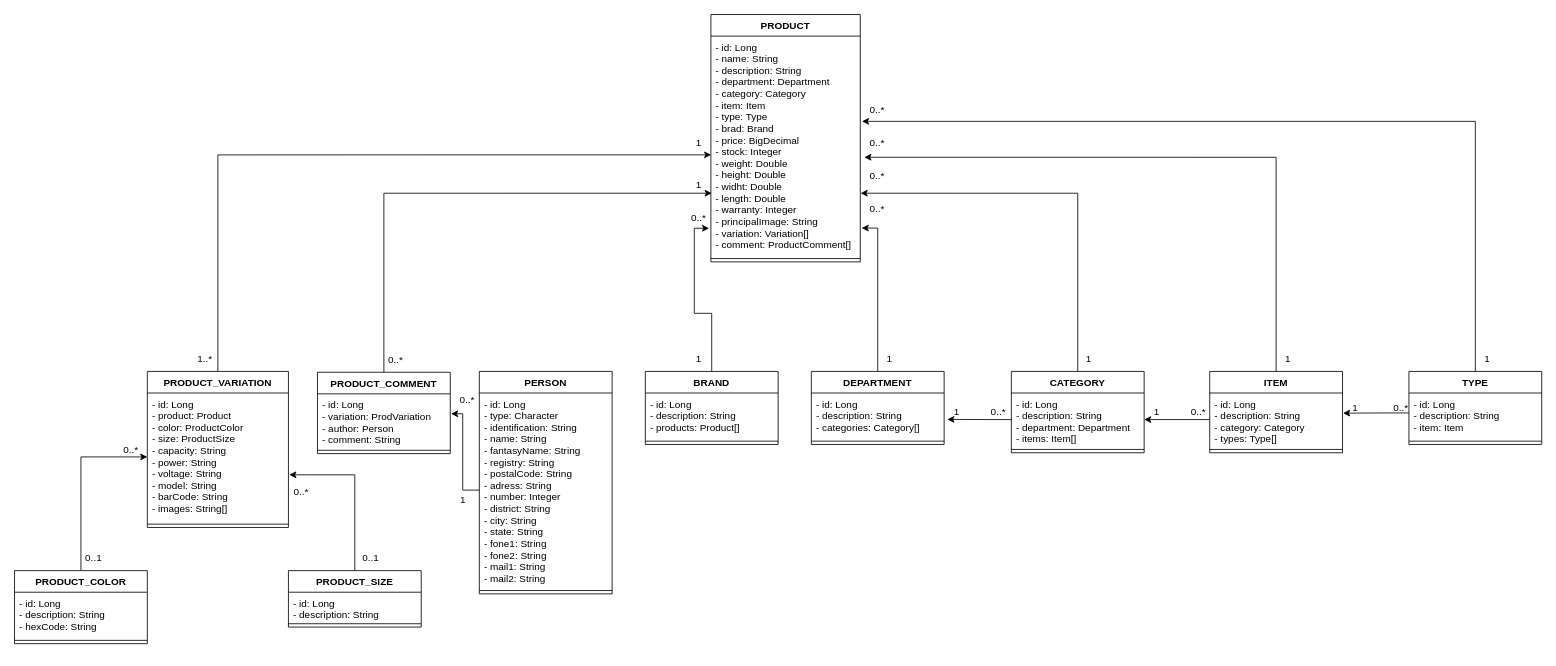
Above: ecommerce/backend/product.drawio in augustocesarsousa/draw-io (draw.io), before the change. Source tidied: cells renumbered, new cells numbered last; positions are measured from the earlier drawing's top-left corner, leaving out a move shared by most shapes. Both pictures are drawn from the tidied source at 83%, with x=0, y=0 at pixel (14, 14).
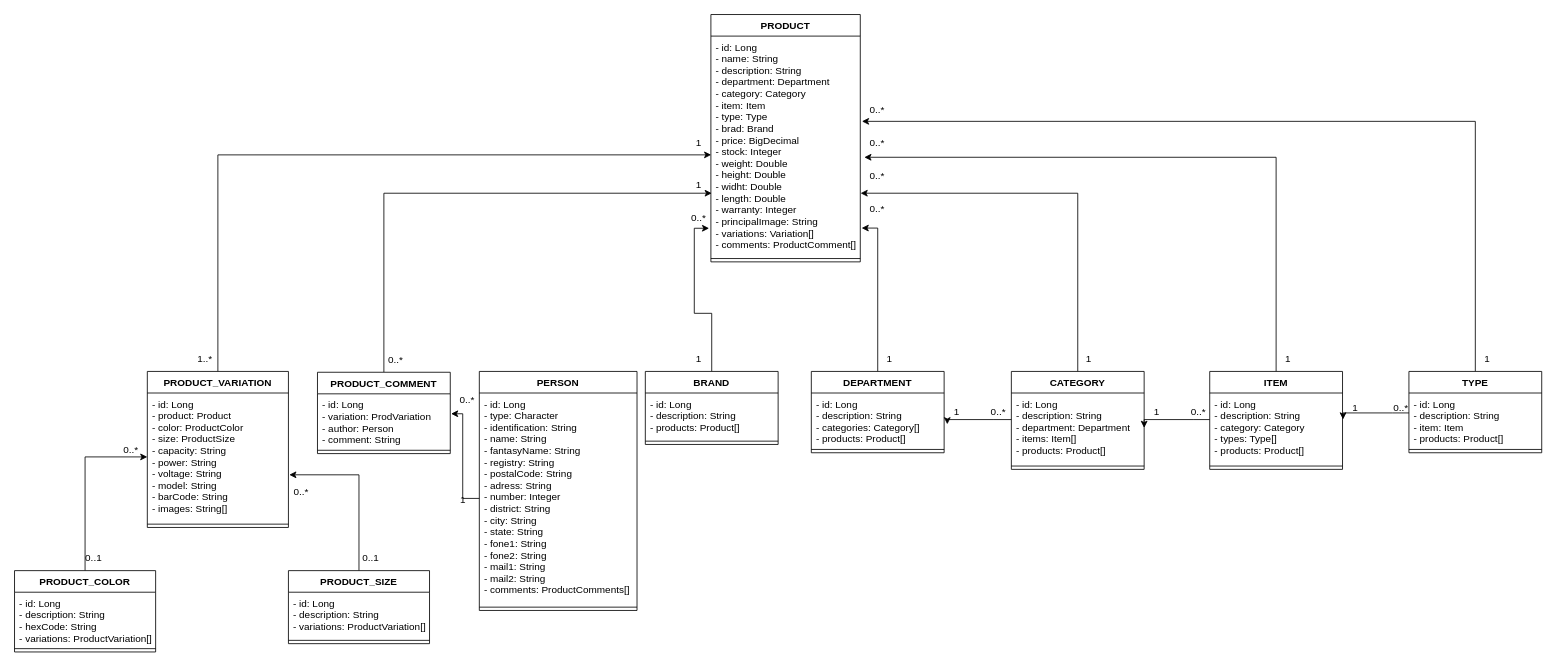
The same page after the edit.

Commit message:
Adicionado multiplicidades

Unchanged cells that the change refers to:
```xml
<mxCell id="58" value="PRODUCT" style="swimlane;fontStyle=1;align=center;verticalAlign=top;horizontal=1;startSize=26;" parent="1" vertex="1">
  <mxGeometry x="839" width="180" height="298" as="geometry" />
</mxCell>
```

Diff of the diagram source:
```diff
@@
     <mxCell id="7" value="PRODUCT_SIZE" style="swimlane;fontStyle=1;align=center;verticalAlign=top;horizontal=1;startSize=26;" parent="1" vertex="1">
-      <mxGeometry x="330" y="670" width="160" height="68" as="geometry" />
+      <mxGeometry x="330" y="670" width="170" height="88" as="geometry" />
     </mxCell>
-    <mxCell id="8" value="- id: Long&#10;- description: String" style="text;strokeColor=none;fillColor=none;align=left;verticalAlign=top;spacingLeft=4;spacingRight=4;overflow=hidden;" parent="7" vertex="1">
-      <mxGeometry y="26" width="160" height="34" as="geometry" />
+    <mxCell id="8" value="- id: Long&#10;- description: String&#10;- variations: ProductVariation[]" style="text;strokeColor=none;fillColor=none;align=left;verticalAlign=top;spacingLeft=4;spacingRight=4;overflow=hidden;" parent="7" vertex="1">
+      <mxGeometry y="26" width="170" height="54" as="geometry" />
     </mxCell>
     <mxCell id="9" style="line;strokeWidth=1;fillColor=none;align=left;verticalAlign=middle;spacingTop=-1;spacingLeft=3;spacingRight=3;labelPosition=right;strokeColor=inherit;" parent="7" vertex="1">
-      <mxGeometry y="60" width="160" height="8" as="geometry" />
+      <mxGeometry y="80" width="170" height="8" as="geometry" />
     </mxCell>
@@
     <mxCell id="11" value="PRODUCT_COLOR" style="swimlane;fontStyle=1;align=center;verticalAlign=top;horizontal=1;startSize=26;" parent="1" vertex="1">
-      <mxGeometry y="670" width="160" height="88" as="geometry" />
+      <mxGeometry y="670" width="170" height="98" as="geometry" />
     </mxCell>
-    <mxCell id="12" value="- id: Long&#10;- description: String&#10;- hexCode: String" style="text;strokeColor=none;fillColor=none;align=left;verticalAlign=top;spacingLeft=4;spacingRight=4;overflow=hidden;" parent="11" vertex="1">
-      <mxGeometry y="26" width="160" height="54" as="geometry" />
+    <mxCell id="12" value="- id: Long&#10;- description: String&#10;- hexCode: String&#10;- variations: ProductVariation[]" style="text;strokeColor=none;fillColor=none;align=left;verticalAlign=top;spacingLeft=4;spacingRight=4;overflow=hidden;" parent="11" vertex="1">
+      <mxGeometry y="26" width="170" height="64" as="geometry" />
     </mxCell>
     <mxCell id="13" style="line;strokeWidth=1;fillColor=none;align=left;verticalAlign=middle;spacingTop=-1;spacingLeft=3;spacingRight=3;labelPosition=right;strokeColor=inherit;" parent="11" vertex="1">
-      <mxGeometry y="80" width="160" height="8" as="geometry" />
+      <mxGeometry y="90" width="170" height="8" as="geometry" />
     </mxCell>
@@
     <mxCell id="23" value="PERSON" style="swimlane;fontStyle=1;align=center;verticalAlign=top;horizontal=1;startSize=26;" parent="1" vertex="1">
-      <mxGeometry x="560" y="430" width="160" height="268" as="geometry" />
+      <mxGeometry x="560" y="430" width="190" height="288" as="geometry" />
     </mxCell>
-    <mxCell id="24" value="- id: Long&#10;- type: Character&#10;- identification: String&#10;- name: String&#10;- fantasyName: String&#10;- registry: String&#10;- postalCode: String&#10;- adress: String&#10;- number: Integer&#10;- district: String&#10;- city: String&#10;- state: String&#10;- fone1: String&#10;- fone2: String&#10;- mail1: String&#10;- mail2: String" style="text;strokeColor=none;fillColor=none;align=left;verticalAlign=top;spacingLeft=4;spacingRight=4;overflow=hidden;points=[[0,0.5],[1,0.5]];portConstraint=eastwest;" parent="23" vertex="1">
-      <mxGeometry y="26" width="160" height="234" as="geometry" />
+    <mxCell id="24" value="- id: Long&#10;- type: Character&#10;- identification: String&#10;- name: String&#10;- fantasyName: String&#10;- registry: String&#10;- postalCode: String&#10;- adress: String&#10;- number: Integer&#10;- district: String&#10;- city: String&#10;- state: String&#10;- fone1: String&#10;- fone2: String&#10;- mail1: String&#10;- mail2: String&#10;- comments: ProductComments[]" style="text;strokeColor=none;fillColor=none;align=left;verticalAlign=top;spacingLeft=4;spacingRight=4;overflow=hidden;points=[[0,0.5],[1,0.5]];portConstraint=eastwest;" parent="23" vertex="1">
+      <mxGeometry y="26" width="190" height="254" as="geometry" />
     </mxCell>
     <mxCell id="25" style="line;strokeWidth=1;fillColor=none;align=left;verticalAlign=middle;spacingTop=-1;spacingLeft=3;spacingRight=3;labelPosition=right;strokeColor=inherit;" parent="23" vertex="1">
-      <mxGeometry y="260" width="160" height="8" as="geometry" />
+      <mxGeometry y="280" width="190" height="8" as="geometry" />
     </mxCell>
@@
     <mxCell id="34" value="DEPARTMENT" style="swimlane;fontStyle=1;align=center;verticalAlign=top;horizontal=1;startSize=26;" parent="1" vertex="1">
-      <mxGeometry x="960" y="430" width="160" height="88" as="geometry" />
+      <mxGeometry x="960" y="430" width="160" height="98" as="geometry" />
     </mxCell>
-    <mxCell id="35" value="- id: Long&#10;- description: String&#10;- categories: Category[]" style="text;strokeColor=none;fillColor=none;align=left;verticalAlign=top;spacingLeft=4;spacingRight=4;overflow=hidden;points=[[0,0.5],[1,0.5]];portConstraint=eastwest;" parent="34" vertex="1">
-      <mxGeometry y="26" width="160" height="54" as="geometry" />
+    <mxCell id="35" value="- id: Long&#10;- description: String&#10;- categories: Category[]&#10;- products: Product[]" style="text;strokeColor=none;fillColor=none;align=left;verticalAlign=top;spacingLeft=4;spacingRight=4;overflow=hidden;points=[[0,0.5],[1,0.5]];portConstraint=eastwest;" parent="34" vertex="1">
+      <mxGeometry y="26" width="160" height="64" as="geometry" />
     </mxCell>
     <mxCell id="36" style="line;strokeWidth=1;fillColor=none;align=left;verticalAlign=middle;spacingTop=-1;spacingLeft=3;spacingRight=3;labelPosition=right;strokeColor=inherit;" parent="34" vertex="1">
-      <mxGeometry y="80" width="160" height="8" as="geometry" />
+      <mxGeometry y="90" width="160" height="8" as="geometry" />
     </mxCell>
@@
     <mxCell id="38" value="CATEGORY" style="swimlane;fontStyle=1;align=center;verticalAlign=top;horizontal=1;startSize=26;" parent="1" vertex="1">
-      <mxGeometry x="1201" y="430" width="160" height="98" as="geometry" />
+      <mxGeometry x="1201" y="430" width="160" height="118" as="geometry" />
     </mxCell>
-    <mxCell id="39" value="- id: Long&#10;- description: String&#10;- department: Department&#10;- items: Item[]" style="text;strokeColor=none;fillColor=none;align=left;verticalAlign=top;spacingLeft=4;spacingRight=4;overflow=hidden;points=[[0,0.5],[1,0.5]];portConstraint=eastwest;" parent="38" vertex="1">
-      <mxGeometry y="26" width="160" height="64" as="geometry" />
+    <mxCell id="39" value="- id: Long&#10;- description: String&#10;- department: Department&#10;- items: Item[]&#10;- products: Product[]" style="text;strokeColor=none;fillColor=none;align=left;verticalAlign=top;spacingLeft=4;spacingRight=4;overflow=hidden;points=[[0,0.5],[1,0.5]];portConstraint=eastwest;" parent="38" vertex="1">
+      <mxGeometry y="26" width="160" height="84" as="geometry" />
     </mxCell>
     <mxCell id="40" style="line;strokeWidth=1;fillColor=none;align=left;verticalAlign=middle;spacingTop=-1;spacingLeft=3;spacingRight=3;labelPosition=right;strokeColor=inherit;" parent="38" vertex="1">
-      <mxGeometry y="90" width="160" height="8" as="geometry" />
+      <mxGeometry y="110" width="160" height="8" as="geometry" />
     </mxCell>
@@
     <mxCell id="42" value="ITEM" style="swimlane;fontStyle=1;align=center;verticalAlign=top;horizontal=1;startSize=26;" parent="1" vertex="1">
-      <mxGeometry x="1440" y="430" width="160" height="98" as="geometry" />
+      <mxGeometry x="1440" y="430" width="160" height="118" as="geometry" />
     </mxCell>
-    <mxCell id="43" value="- id: Long&#10;- description: String&#10;- category: Category&#10;- types: Type[]" style="text;strokeColor=none;fillColor=none;align=left;verticalAlign=top;spacingLeft=4;spacingRight=4;overflow=hidden;points=[[0,0.5],[1,0.5]];portConstraint=eastwest;" parent="42" vertex="1">
-      <mxGeometry y="26" width="160" height="64" as="geometry" />
+    <mxCell id="43" value="- id: Long&#10;- description: String&#10;- category: Category&#10;- types: Type[]&#10;- products: Product[]" style="text;strokeColor=none;fillColor=none;align=left;verticalAlign=top;spacingLeft=4;spacingRight=4;overflow=hidden;points=[[0,0.5],[1,0.5]];portConstraint=eastwest;" parent="42" vertex="1">
+      <mxGeometry y="26" width="160" height="84" as="geometry" />
     </mxCell>
     <mxCell id="44" style="line;strokeWidth=1;fillColor=none;align=left;verticalAlign=middle;spacingTop=-1;spacingLeft=3;spacingRight=3;labelPosition=right;strokeColor=inherit;" parent="42" vertex="1">
-      <mxGeometry y="90" width="160" height="8" as="geometry" />
+      <mxGeometry y="110" width="160" height="8" as="geometry" />
     </mxCell>
@@
     <mxCell id="46" value="TYPE" style="swimlane;fontStyle=1;align=center;verticalAlign=top;horizontal=1;startSize=26;" parent="1" vertex="1">
-      <mxGeometry x="1680" y="430" width="160" height="88" as="geometry" />
+      <mxGeometry x="1680" y="430" width="160" height="98" as="geometry" />
     </mxCell>
-    <mxCell id="47" value="- id: Long&#10;- description: String&#10;- item: Item" style="text;strokeColor=none;fillColor=none;align=left;verticalAlign=top;spacingLeft=4;spacingRight=4;overflow=hidden;points=[[0,0.5],[1,0.5]];portConstraint=eastwest;" parent="46" vertex="1">
-      <mxGeometry y="26" width="160" height="54" as="geometry" />
+    <mxCell id="47" value="- id: Long&#10;- description: String&#10;- item: Item&#10;- products: Product[]" style="text;strokeColor=none;fillColor=none;align=left;verticalAlign=top;spacingLeft=4;spacingRight=4;overflow=hidden;points=[[0,0.5],[1,0.5]];portConstraint=eastwest;" parent="46" vertex="1">
+      <mxGeometry y="26" width="160" height="64" as="geometry" />
     </mxCell>
     <mxCell id="48" style="line;strokeWidth=1;fillColor=none;align=left;verticalAlign=middle;spacingTop=-1;spacingLeft=3;spacingRight=3;labelPosition=right;strokeColor=inherit;" parent="46" vertex="1">
-      <mxGeometry y="80" width="160" height="8" as="geometry" />
+      <mxGeometry y="90" width="160" height="8" as="geometry" />
     </mxCell>
@@
-    <mxCell id="59" value="- id: Long&#10;- name: String&#10;- description: String&#10;- department: Department&#10;- category: Category&#10;- item: Item&#10;- type: Type&#10;- brad: Brand&#10;- price: BigDecimal&#10;- stock: Integer&#10;- weight: Double&#10;- height: Double&#10;- widht: Double&#10;- length: Double&#10;- warranty: Integer&#10;- principalImage: String&#10;- variation: Variation[]&#10;- comment: ProductComment[]" style="text;strokeColor=none;fillColor=none;align=left;verticalAlign=top;spacingLeft=4;spacingRight=4;overflow=hidden;points=[[0,0.5],[1,0.5]];portConstraint=eastwest;" parent="58" vertex="1">
+    <mxCell id="59" value="- id: Long&#10;- name: String&#10;- description: String&#10;- department: Department&#10;- category: Category&#10;- item: Item&#10;- type: Type&#10;- brad: Brand&#10;- price: BigDecimal&#10;- stock: Integer&#10;- weight: Double&#10;- height: Double&#10;- widht: Double&#10;- length: Double&#10;- warranty: Integer&#10;- principalImage: String&#10;- variations: Variation[]&#10;- comments: ProductComment[]" style="text;strokeColor=none;fillColor=none;align=left;verticalAlign=top;spacingLeft=4;spacingRight=4;overflow=hidden;points=[[0,0.5],[1,0.5]];portConstraint=eastwest;" parent="58" vertex="1">
       <mxGeometry y="26" width="180" height="264" as="geometry" />
     </mxCell>
```
